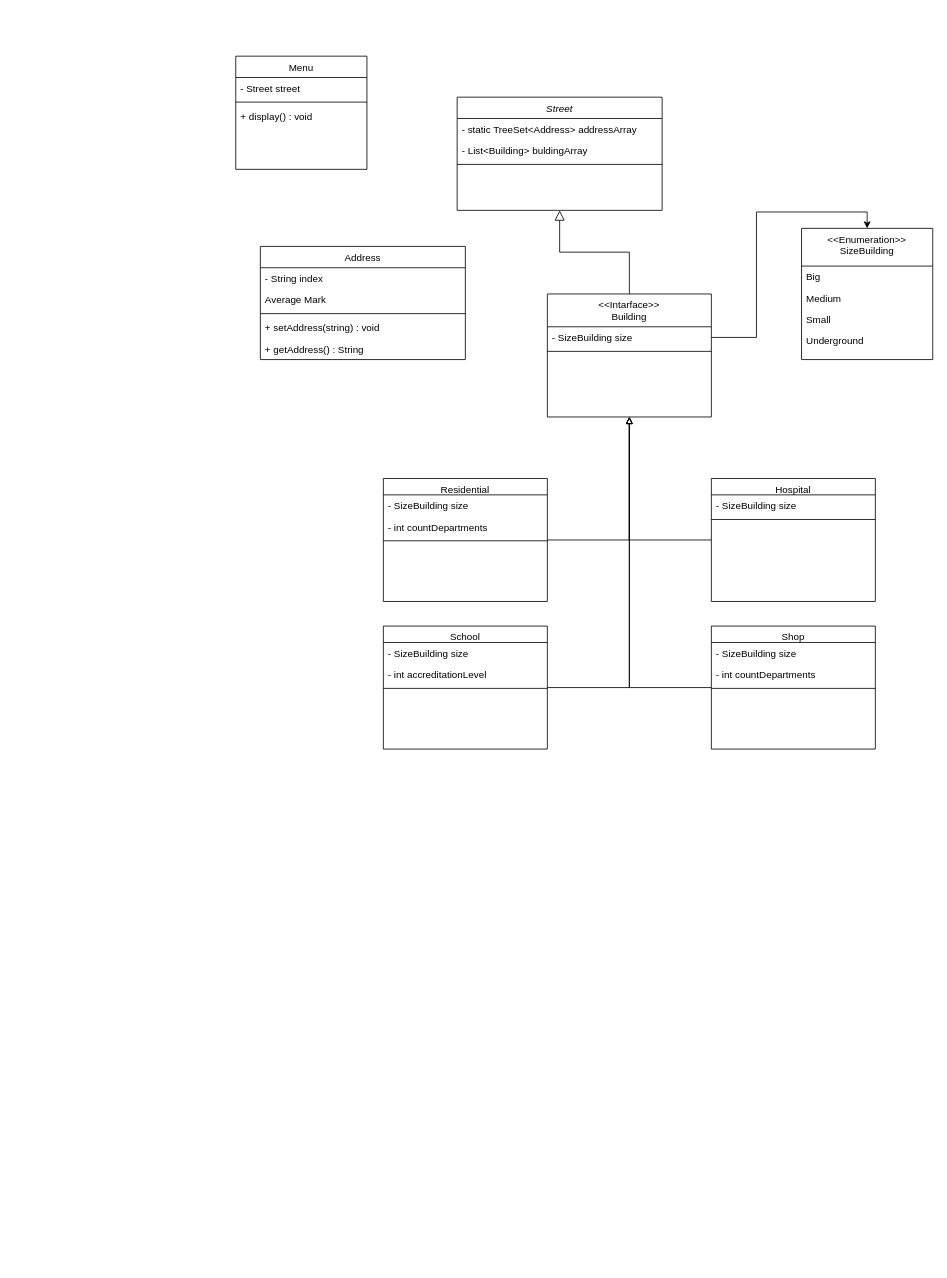
This is CityWork.drawio from CeriiZedF/CityWork, a draw.io file, before an edit. Source tidied: cells renumbered, new cells numbered last; positions are measured from the earlier drawing's top-left corner, leaving out a move shared by most shapes. Both pictures are drawn from the tidied source at 82%, with x=0, y=0 at pixel (235, 56).
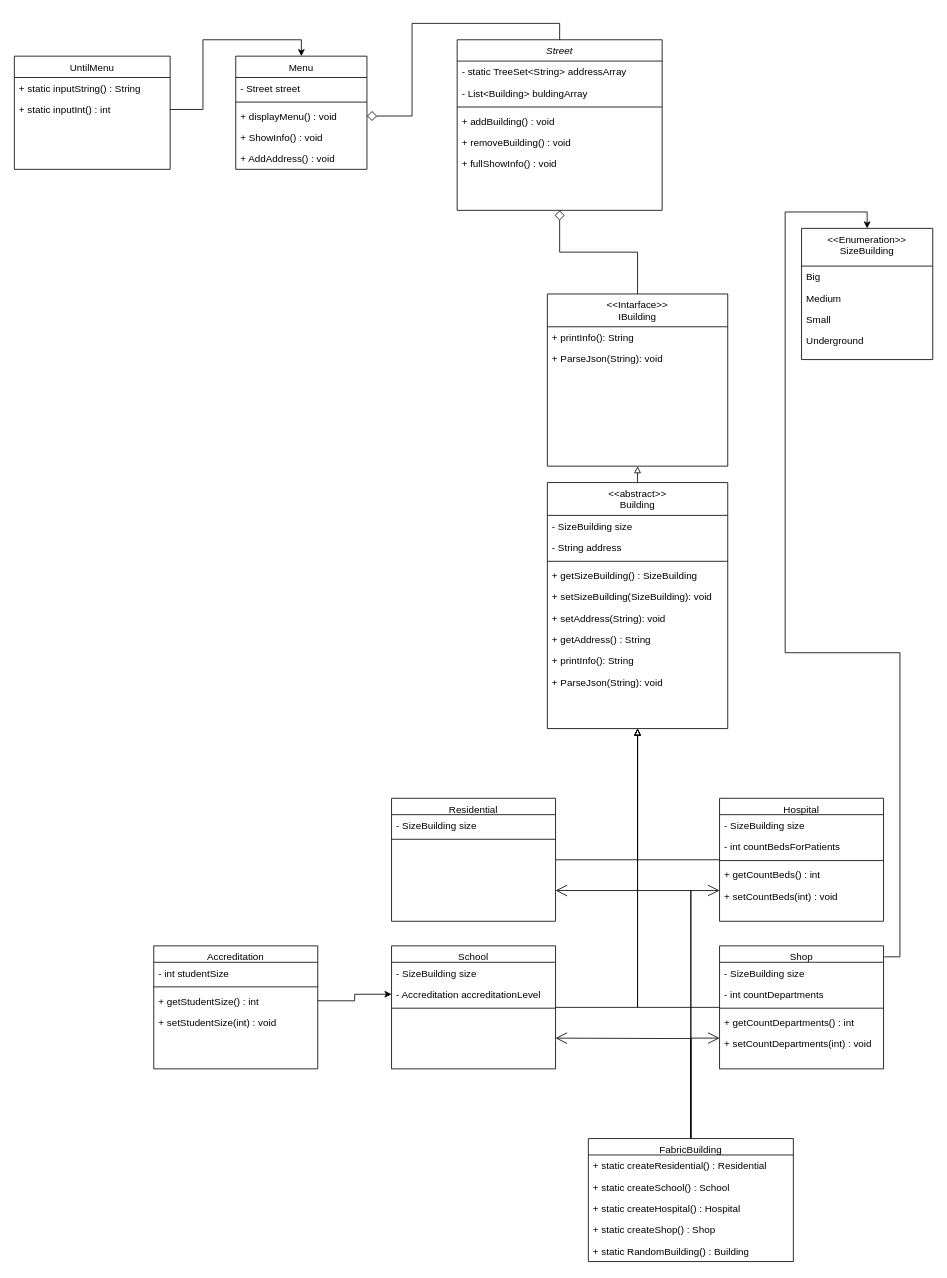
The same diagram, later.

The change refers to these unchanged cells:
```xml
<mxCell id="17" value="&lt;&lt;Enumeration&gt;&gt;&#10;SizeBuilding" style="swimlane;fontStyle=0;align=center;verticalAlign=top;horizontal=1;startSize=46;rounded=0;shadow=0;strokeWidth=1;" parent="1" vertex="1">
  <mxGeometry x="690" y="210" width="160" height="160" as="geometry" />
</mxCell>
<mxCell id="22" value="Menu" style="swimlane;fontStyle=0;align=center;verticalAlign=top;horizontal=1;startSize=26;rounded=0;shadow=0;strokeWidth=1;" parent="1" vertex="1">
  <mxGeometry width="160" height="138" as="geometry" />
</mxCell>
```

The edit, as a diff of the source:
```diff
@@
     <mxCell id="2" value="Street" style="swimlane;fontStyle=2;align=center;verticalAlign=top;horizontal=1;startSize=26;rounded=0;shadow=0;strokeWidth=1;" parent="1" vertex="1">
-      <mxGeometry x="270" y="50" width="250" height="138" as="geometry" />
+      <mxGeometry x="270" y="-20" width="250" height="208" as="geometry" />
     </mxCell>
-    <mxCell id="3" value="- static TreeSet&lt;Address&gt; addressArray " style="text;align=left;verticalAlign=top;spacingLeft=4;spacingRight=4;overflow=hidden;" parent="2" vertex="1">
+    <mxCell id="3" value="- static TreeSet&lt;String&gt; addressArray " style="text;align=left;verticalAlign=top;spacingLeft=4;spacingRight=4;overflow=hidden;" parent="2" vertex="1">
       <mxGeometry y="26" width="250" height="26" as="geometry" />
     </mxCell>
@@
-    <mxCell id="6" value="Address" style="swimlane;fontStyle=0;align=center;verticalAlign=top;horizontal=1;startSize=26;rounded=0;shadow=0;strokeWidth=1;" parent="1" vertex="1">
-      <mxGeometry x="30" y="232" width="250" height="138" as="geometry" />
-    </mxCell>
-    <mxCell id="7" value="- String index " style="text;align=left;verticalAlign=top;spacingLeft=4;spacingRight=4;overflow=hidden;" parent="6" vertex="1">
-      <mxGeometry y="26" width="250" height="26" as="geometry" />
-    </mxCell>
-    <mxCell id="8" value="Average Mark" style="text;align=left;verticalAlign=top;spacingLeft=4;spacingRight=4;overflow=hidden;rounded=0;shadow=0;html=0;" parent="6" vertex="1">
-      <mxGeometry y="52" width="250" height="26" as="geometry" />
-    </mxCell>
-    <mxCell id="9" style="line;html=1;strokeWidth=1;align=left;verticalAlign=middle;spacingTop=-1;spacingLeft=3;spacingRight=3;labelPosition=right;" parent="6" vertex="1">
-      <mxGeometry y="78" width="250" height="8" as="geometry" />
-    </mxCell>
-    <mxCell id="10" value="+ setAddress(string) : void" style="text;align=left;verticalAlign=top;spacingLeft=4;spacingRight=4;overflow=hidden;" parent="6" vertex="1">
-      <mxGeometry y="86" width="250" height="26" as="geometry" />
-    </mxCell>
-    <mxCell id="11" value="+ getAddress() : String" style="text;align=left;verticalAlign=top;spacingLeft=4;spacingRight=4;overflow=hidden;" parent="6" vertex="1">
-      <mxGeometry y="112" width="250" height="26" as="geometry" />
-    </mxCell>
+    <mxCell id="45" value="+ addBuilding() : void" style="text;align=left;verticalAlign=top;spacingLeft=4;spacingRight=4;overflow=hidden;" parent="2" vertex="1">
+      <mxGeometry y="86" width="250" height="26" as="geometry" />
+    </mxCell>
+    <mxCell id="46" value="+ removeBuilding() : void" style="text;align=left;verticalAlign=top;spacingLeft=4;spacingRight=4;overflow=hidden;" parent="2" vertex="1">
+      <mxGeometry y="112" width="250" height="26" as="geometry" />
+    </mxCell>
+    <mxCell id="47" value="+ fullShowInfo() : void" style="text;align=left;verticalAlign=top;spacingLeft=4;spacingRight=4;overflow=hidden;" parent="2" vertex="1">
+      <mxGeometry y="138" width="250" height="26" as="geometry" />
+    </mxCell>
-    <mxCell id="12" style="edgeStyle=orthogonalEdgeStyle;rounded=0;jettySize=auto;html=1;exitX=1;exitY=0.5;exitDx=0;exitDy=0;entryX=0.5;entryY=0;entryDx=0;entryDy=0;" parent="1" edge="1" source="14" target="17">
+    <mxCell id="12" style="edgeStyle=orthogonalEdgeStyle;rounded=0;jettySize=auto;html=1;entryX=0.5;entryY=0;entryDx=0;entryDy=0;exitX=1.005;exitY=0.089;exitDx=0;exitDy=0;exitPerimeter=0;" parent="1" edge="1" source="35" target="17">
       <mxGeometry relative="1" as="geometry" />
     </mxCell>
-    <mxCell id="13" value="&lt;&lt;Intarface&gt;&gt;&#10;Building" style="swimlane;fontStyle=0;align=center;verticalAlign=top;horizontal=1;startSize=40;rounded=0;shadow=0;strokeWidth=1;" parent="1" vertex="1">
-      <mxGeometry x="380" y="290" width="200" height="150" as="geometry" />
+    <mxCell id="13" value="&lt;&lt;Intarface&gt;&gt;&#10;IBuilding" style="swimlane;fontStyle=0;align=center;verticalAlign=top;horizontal=1;startSize=40;rounded=0;shadow=0;strokeWidth=1;" parent="1" vertex="1">
+      <mxGeometry x="380" y="290" width="220" height="210" as="geometry" />
     </mxCell>
-    <mxCell id="14" value="- SizeBuilding size" style="text;align=left;verticalAlign=top;spacingLeft=4;spacingRight=4;overflow=hidden;points=[[0,0.5],[1,0.5]];portConstraint=eastwest;" parent="13" vertex="1">
-      <mxGeometry y="40" width="200" height="26" as="geometry" />
-    </mxCell>
-    <mxCell id="15" style="line;html=1;strokeWidth=1;align=left;verticalAlign=middle;spacingTop=-1;spacingLeft=3;spacingRight=3;labelPosition=right;" parent="13" vertex="1">
-      <mxGeometry y="66" width="200" height="8" as="geometry" />
-    </mxCell>
+    <mxCell id="48" value="+ printInfo(): String" style="text;align=left;verticalAlign=top;spacingLeft=4;spacingRight=4;overflow=hidden;" parent="13" vertex="1">
+      <mxGeometry y="40" width="220" height="26" as="geometry" />
+    </mxCell>
+    <mxCell id="49" value="+ ParseJson(String): void" style="text;align=left;verticalAlign=top;spacingLeft=4;spacingRight=4;overflow=hidden;" parent="13" vertex="1">
+      <mxGeometry y="66" width="220" height="26" as="geometry" />
+    </mxCell>
-    <mxCell id="16" style="endArrow=block;endSize=10;endFill=0;shadow=0;strokeWidth=1;rounded=0;curved=0;edgeStyle=elbowEdgeStyle;elbow=vertical;" parent="1" edge="1" source="13" target="2">
+    <mxCell id="16" style="endArrow=diamond;endSize=10;endFill=0;shadow=0;strokeWidth=1;rounded=0;curved=0;edgeStyle=elbowEdgeStyle;elbow=vertical;" parent="1" edge="1" source="13" target="2">
       <mxGeometry relative="1" as="geometry" />
     </mxCell>
@@
-    <mxCell id="25" value="+ display() : void" style="text;align=left;verticalAlign=top;spacingLeft=4;spacingRight=4;overflow=hidden;points=[[0,0.5],[1,0.5]];portConstraint=eastwest;" parent="22" vertex="1">
+    <mxCell id="25" value="+ displayMenu() : void" style="text;align=left;verticalAlign=top;spacingLeft=4;spacingRight=4;overflow=hidden;points=[[0,0.5],[1,0.5]];portConstraint=eastwest;" parent="22" vertex="1">
       <mxGeometry y="60" width="160" height="26" as="geometry" />
     </mxCell>
+    <mxCell id="50" value="+ ShowInfo() : void" style="text;align=left;verticalAlign=top;spacingLeft=4;spacingRight=4;overflow=hidden;" parent="22" vertex="1">
+      <mxGeometry y="86" width="160" height="26" as="geometry" />
+    </mxCell>
+    <mxCell id="51" value="+ AddAddress() : void" style="text;align=left;verticalAlign=top;spacingLeft=4;spacingRight=4;overflow=hidden;" parent="22" vertex="1">
+      <mxGeometry y="112" width="160" height="26" as="geometry" />
+    </mxCell>
-    <mxCell id="26" style="edgeStyle=orthogonalEdgeStyle;rounded=0;jettySize=auto;html=1;entryX=0.5;entryY=1;entryDx=0;entryDy=0;endArrow=block;endFill=0;exitX=1;exitY=0.5;exitDx=0;exitDy=0;" parent="1" edge="1" source="27" target="13">
+    <mxCell id="26" style="edgeStyle=orthogonalEdgeStyle;rounded=0;jettySize=auto;html=1;entryX=0.5;entryY=1;entryDx=0;entryDy=0;endArrow=block;endFill=0;exitX=1;exitY=0.5;exitDx=0;exitDy=0;" parent="1" edge="1" source="27" target="79">
       <mxGeometry relative="1" as="geometry" />
     </mxCell>
     <mxCell id="27" value="Residential" style="swimlane;fontStyle=0;align=center;verticalAlign=top;horizontal=1;startSize=20;rounded=0;shadow=0;strokeWidth=1;" parent="1" vertex="1">
-      <mxGeometry x="180" y="515" width="200" height="150" as="geometry" />
+      <mxGeometry x="190" y="905" width="200" height="150" as="geometry" />
     </mxCell>
@@
-    <mxCell id="29" value="- int countDepartments" style="text;align=left;verticalAlign=top;spacingLeft=4;spacingRight=4;overflow=hidden;html=1;" parent="27" vertex="1">
-      <mxGeometry y="46" width="200" height="26" as="geometry" />
-    </mxCell>
     <mxCell id="30" style="line;html=1;strokeWidth=1;align=left;verticalAlign=middle;spacingTop=-1;spacingLeft=3;spacingRight=3;labelPosition=right;" parent="27" vertex="1">
-      <mxGeometry y="72" width="200" height="8" as="geometry" />
+      <mxGeometry y="46" width="200" height="8" as="geometry" />
     </mxCell>
     <mxCell id="31" value="Hospital" style="swimlane;fontStyle=0;align=center;verticalAlign=top;horizontal=1;startSize=20;rounded=0;shadow=0;strokeWidth=1;" parent="1" vertex="1">
-      <mxGeometry x="580" y="515" width="200" height="150" as="geometry" />
+      <mxGeometry x="590" y="905" width="200" height="150" as="geometry" />
     </mxCell>
@@
+    <mxCell id="52" value="- int countBedsForPatients" style="text;align=left;verticalAlign=top;spacingLeft=4;spacingRight=4;overflow=hidden;" parent="31" vertex="1">
+      <mxGeometry y="46" width="200" height="26" as="geometry" />
+    </mxCell>
     <mxCell id="33" style="line;html=1;strokeWidth=1;align=left;verticalAlign=middle;spacingTop=-1;spacingLeft=3;spacingRight=3;labelPosition=right;" parent="31" vertex="1">
-      <mxGeometry y="46" width="200" height="8" as="geometry" />
+      <mxGeometry y="72" width="200" height="8" as="geometry" />
     </mxCell>
+    <mxCell id="53" value="+ getCountBeds() : int" style="text;align=left;verticalAlign=top;spacingLeft=4;spacingRight=4;overflow=hidden;" parent="31" vertex="1">
+      <mxGeometry y="80" width="200" height="26" as="geometry" />
+    </mxCell>
+    <mxCell id="54" value="+ setCountBeds(int) : void" style="text;align=left;verticalAlign=top;spacingLeft=4;spacingRight=4;overflow=hidden;" parent="31" vertex="1">
+      <mxGeometry y="106" width="200" height="26" as="geometry" />
+    </mxCell>
-    <mxCell id="34" style="edgeStyle=orthogonalEdgeStyle;rounded=0;jettySize=auto;html=1;endArrow=block;endFill=0;exitX=0;exitY=0.5;exitDx=0;exitDy=0;entryX=0.5;entryY=1;entryDx=0;entryDy=0;" parent="1" edge="1" source="31" target="13">
+    <mxCell id="34" style="edgeStyle=orthogonalEdgeStyle;rounded=0;jettySize=auto;html=1;endArrow=block;endFill=0;exitX=0;exitY=0.5;exitDx=0;exitDy=0;entryX=0.5;entryY=1;entryDx=0;entryDy=0;" parent="1" edge="1" source="31" target="79">
       <mxGeometry relative="1" as="geometry" />
     </mxCell>
     <mxCell id="35" value="Shop" style="swimlane;fontStyle=0;align=center;verticalAlign=top;horizontal=1;startSize=20;rounded=0;shadow=0;strokeWidth=1;" parent="1" vertex="1">
-      <mxGeometry x="580" y="695" width="200" height="150" as="geometry" />
+      <mxGeometry x="590" y="1085" width="200" height="150" as="geometry" />
     </mxCell>
@@
+    <mxCell id="55" value="+ getCountDepartments() : int" style="text;align=left;verticalAlign=top;spacingLeft=4;spacingRight=4;overflow=hidden;" parent="35" vertex="1">
+      <mxGeometry y="80" width="200" height="26" as="geometry" />
+    </mxCell>
+    <mxCell id="56" value="+ setCountDepartments(int) : void" style="text;align=left;verticalAlign=top;spacingLeft=4;spacingRight=4;overflow=hidden;" parent="35" vertex="1">
+      <mxGeometry y="106" width="200" height="26" as="geometry" />
+    </mxCell>
     <mxCell id="39" value="School" style="swimlane;fontStyle=0;align=center;verticalAlign=top;horizontal=1;startSize=20;rounded=0;shadow=0;strokeWidth=1;" parent="1" vertex="1">
-      <mxGeometry x="180" y="695" width="200" height="150" as="geometry" />
+      <mxGeometry x="190" y="1085" width="200" height="150" as="geometry" />
     </mxCell>
@@
-    <mxCell id="41" value="- int accreditationLevel" style="text;align=left;verticalAlign=top;spacingLeft=4;spacingRight=4;overflow=hidden;points=[[0,0.5],[1,0.5]];portConstraint=eastwest;html=1;" parent="39" vertex="1">
+    <mxCell id="41" value="- Accreditation accreditationLevel" style="text;align=left;verticalAlign=top;spacingLeft=4;spacingRight=4;overflow=hidden;points=[[0,0.5],[1,0.5]];portConstraint=eastwest;html=1;" parent="39" vertex="1">
       <mxGeometry y="46" width="200" height="26" as="geometry" />
     </mxCell>
@@
-    <mxCell id="43" style="edgeStyle=orthogonalEdgeStyle;rounded=0;jettySize=auto;html=1;endArrow=block;endFill=0;exitX=0;exitY=0.5;exitDx=0;exitDy=0;entryX=0.5;entryY=1;entryDx=0;entryDy=0;" parent="1" edge="1" source="35" target="13">
+    <mxCell id="43" style="edgeStyle=orthogonalEdgeStyle;rounded=0;jettySize=auto;html=1;endArrow=block;endFill=0;exitX=0;exitY=0.5;exitDx=0;exitDy=0;entryX=0.5;entryY=1;entryDx=0;entryDy=0;" parent="1" edge="1" source="35" target="79">
       <mxGeometry relative="1" as="geometry" />
     </mxCell>
-    <mxCell id="44" style="edgeStyle=orthogonalEdgeStyle;rounded=0;jettySize=auto;html=1;endArrow=block;endFill=0;exitX=1;exitY=0.5;exitDx=0;exitDy=0;entryX=0.5;entryY=1;entryDx=0;entryDy=0;" parent="1" edge="1" source="39" target="13">
+    <mxCell id="44" style="edgeStyle=orthogonalEdgeStyle;rounded=0;jettySize=auto;html=1;endArrow=block;endFill=0;exitX=1;exitY=0.5;exitDx=0;exitDy=0;entryX=0.5;entryY=1;entryDx=0;entryDy=0;" parent="1" edge="1" source="39" target="79">
       <mxGeometry relative="1" as="geometry" />
     </mxCell>
+    <mxCell id="57" value="Accreditation" style="swimlane;fontStyle=0;align=center;verticalAlign=top;horizontal=1;startSize=20;rounded=0;shadow=0;strokeWidth=1;" parent="1" vertex="1">
+      <mxGeometry x="-100" y="1085" width="200" height="150" as="geometry" />
+    </mxCell>
+    <mxCell id="58" value="- int studentSize" style="text;align=left;verticalAlign=top;spacingLeft=4;spacingRight=4;overflow=hidden;" parent="57" vertex="1">
+      <mxGeometry y="20" width="200" height="26" as="geometry" />
+    </mxCell>
+    <mxCell id="59" style="line;html=1;strokeWidth=1;align=left;verticalAlign=middle;spacingTop=-1;spacingLeft=3;spacingRight=3;labelPosition=right;" parent="57" vertex="1">
+      <mxGeometry y="46" width="200" height="8" as="geometry" />
+    </mxCell>
+    <mxCell id="60" value="+ getStudentSize() : int" style="text;align=left;verticalAlign=top;spacingLeft=4;spacingRight=4;overflow=hidden;points=[[0,0.5],[1,0.5]];portConstraint=eastwest;" parent="57" vertex="1">
+      <mxGeometry y="54" width="200" height="26" as="geometry" />
+    </mxCell>
+    <mxCell id="61" value="+ setStudentSize(int) : void" style="text;align=left;verticalAlign=top;spacingLeft=4;spacingRight=4;overflow=hidden;" parent="57" vertex="1">
+      <mxGeometry y="80" width="200" height="26" as="geometry" />
+    </mxCell>
+    <mxCell id="62" style="edgeStyle=orthogonalEdgeStyle;rounded=0;jettySize=auto;html=1;entryX=0;entryY=0.5;entryDx=0;entryDy=0;" parent="1" edge="1" source="60" target="41">
+      <mxGeometry relative="1" as="geometry" />
+    </mxCell>
+    <mxCell id="63" style="edgeStyle=orthogonalEdgeStyle;rounded=0;jettySize=auto;html=1;entryX=1;entryY=0.75;entryDx=0;entryDy=0;endArrow=open;endFill=0;strokeWidth=1;endSize=12;exitX=0.5;exitY=0;exitDx=0;exitDy=0;" parent="1" edge="1" source="64" target="39">
+      <mxGeometry relative="1" as="geometry">
+        <Array as="points">
+          <mxPoint x="530" y="1198" />
+          <mxPoint x="410" y="1198" />
+        </Array>
+      </mxGeometry>
+    </mxCell>
+    <mxCell id="64" value="FabricBuilding" style="swimlane;fontStyle=0;align=center;verticalAlign=top;horizontal=1;startSize=20;rounded=0;shadow=0;strokeWidth=1;" parent="1" vertex="1">
+      <mxGeometry x="430" y="1320" width="250" height="150" as="geometry" />
+    </mxCell>
+    <mxCell id="65" value="+ static createResidential() : Residential" style="text;align=left;verticalAlign=top;spacingLeft=4;spacingRight=4;overflow=hidden;" parent="64" vertex="1">
+      <mxGeometry y="20" width="250" height="26" as="geometry" />
+    </mxCell>
+    <mxCell id="66" value="+ static createSchool() : School" style="text;align=left;verticalAlign=top;spacingLeft=4;spacingRight=4;overflow=hidden;html=1;" parent="64" vertex="1">
+      <mxGeometry y="46" width="250" height="26" as="geometry" />
+    </mxCell>
+    <mxCell id="67" value="+ static createHospital() : Hospital" style="text;align=left;verticalAlign=top;spacingLeft=4;spacingRight=4;overflow=hidden;html=1;" parent="64" vertex="1">
+      <mxGeometry y="72" width="250" height="26" as="geometry" />
+    </mxCell>
+    <mxCell id="68" value="+ static createShop() : Shop" style="text;align=left;verticalAlign=top;spacingLeft=4;spacingRight=4;overflow=hidden;html=1;" parent="64" vertex="1">
+      <mxGeometry y="98" width="250" height="26" as="geometry" />
+    </mxCell>
+    <mxCell id="69" value="+ static RandomBuilding() : Building" style="text;align=left;verticalAlign=top;spacingLeft=4;spacingRight=4;overflow=hidden;html=1;" parent="64" vertex="1">
+      <mxGeometry y="124" width="250" height="26" as="geometry" />
+    </mxCell>
+    <mxCell id="70" style="edgeStyle=orthogonalEdgeStyle;rounded=0;jettySize=auto;html=1;entryX=0;entryY=0.75;entryDx=0;entryDy=0;endArrow=open;endFill=0;strokeWidth=1;endSize=12;exitX=0.5;exitY=0;exitDx=0;exitDy=0;" parent="1" edge="1" source="64" target="35">
+      <mxGeometry relative="1" as="geometry" />
+    </mxCell>
+    <mxCell id="71" style="edgeStyle=orthogonalEdgeStyle;rounded=0;jettySize=auto;html=1;entryX=0;entryY=0.75;entryDx=0;entryDy=0;endArrow=open;endFill=0;strokeWidth=1;endSize=12;exitX=0.5;exitY=0;exitDx=0;exitDy=0;" parent="1" edge="1" source="64" target="31">
+      <mxGeometry relative="1" as="geometry" />
+    </mxCell>
+    <mxCell id="72" style="edgeStyle=orthogonalEdgeStyle;rounded=0;jettySize=auto;html=1;entryX=1;entryY=0.75;entryDx=0;entryDy=0;endArrow=open;endFill=0;strokeWidth=1;endSize=12;exitX=0.5;exitY=0;exitDx=0;exitDy=0;" parent="1" edge="1" source="64" target="27">
+      <mxGeometry relative="1" as="geometry" />
+    </mxCell>
+    <mxCell id="73" style="edgeStyle=orthogonalEdgeStyle;rounded=0;jettySize=auto;html=1;entryX=1;entryY=0.5;entryDx=0;entryDy=0;endArrow=diamond;endFill=0;endSize=10;exitX=0.5;exitY=0;exitDx=0;exitDy=0;" parent="1" edge="1" source="2" target="25">
+      <mxGeometry relative="1" as="geometry" />
+    </mxCell>
+    <mxCell id="74" value="UntilMenu" style="swimlane;fontStyle=0;align=center;verticalAlign=top;horizontal=1;startSize=26;rounded=0;shadow=0;strokeWidth=1;" parent="1" vertex="1">
+      <mxGeometry x="-270" width="190" height="138" as="geometry" />
+    </mxCell>
+    <mxCell id="75" value="+ static inputString() : String" style="text;align=left;verticalAlign=top;spacingLeft=4;spacingRight=4;overflow=hidden;" parent="74" vertex="1">
+      <mxGeometry y="26" width="190" height="26" as="geometry" />
+    </mxCell>
+    <mxCell id="76" value="+ static inputInt() : int" style="text;align=left;verticalAlign=top;spacingLeft=4;spacingRight=4;overflow=hidden;points=[[0,0.5],[1,0.5]];portConstraint=eastwest;" parent="74" vertex="1">
+      <mxGeometry y="52" width="190" height="26" as="geometry" />
+    </mxCell>
+    <mxCell id="77" style="edgeStyle=orthogonalEdgeStyle;rounded=0;jettySize=auto;html=1;entryX=0.5;entryY=0;entryDx=0;entryDy=0;" parent="1" edge="1" source="76" target="22">
+      <mxGeometry relative="1" as="geometry" />
+    </mxCell>
+    <mxCell id="78" style="edgeStyle=orthogonalEdgeStyle;rounded=0;jettySize=auto;html=1;exitX=0.5;exitY=0;exitDx=0;exitDy=0;entryX=0.5;entryY=1;entryDx=0;entryDy=0;endArrow=block;endFill=0;" parent="1" edge="1" source="79" target="13">
+      <mxGeometry relative="1" as="geometry" />
+    </mxCell>
+    <mxCell id="79" value="&lt;&lt;abstract&gt;&gt;&#10;Building" style="swimlane;fontStyle=0;align=center;verticalAlign=top;horizontal=1;startSize=40;rounded=0;shadow=0;strokeWidth=1;" parent="1" vertex="1">
+      <mxGeometry x="380" y="520" width="220" height="300" as="geometry" />
+    </mxCell>
+    <mxCell id="14" value="- SizeBuilding size" style="text;align=left;verticalAlign=top;spacingLeft=4;spacingRight=4;overflow=hidden;points=[[0,0.5],[1,0.5]];portConstraint=eastwest;" parent="79" vertex="1">
+      <mxGeometry y="40" width="220" height="26" as="geometry" />
+    </mxCell>
+    <mxCell id="80" value="- String address" style="text;align=left;verticalAlign=top;spacingLeft=4;spacingRight=4;overflow=hidden;" parent="79" vertex="1">
+      <mxGeometry y="66" width="220" height="26" as="geometry" />
+    </mxCell>
+    <mxCell id="81" style="line;html=1;strokeWidth=1;align=left;verticalAlign=middle;spacingTop=-1;spacingLeft=3;spacingRight=3;labelPosition=right;" parent="79" vertex="1">
+      <mxGeometry y="92" width="220" height="8" as="geometry" />
+    </mxCell>
+    <mxCell id="82" value="+ getSizeBuilding() : SizeBuilding" style="text;align=left;verticalAlign=top;spacingLeft=4;spacingRight=4;overflow=hidden;" parent="79" vertex="1">
+      <mxGeometry y="100" width="220" height="26" as="geometry" />
+    </mxCell>
+    <mxCell id="83" value="+ setSizeBuilding(SizeBuilding): void " style="text;align=left;verticalAlign=top;spacingLeft=4;spacingRight=4;overflow=hidden;" parent="79" vertex="1">
+      <mxGeometry y="126" width="220" height="26" as="geometry" />
+    </mxCell>
+    <mxCell id="84" value="+ setAddress(String): void " style="text;align=left;verticalAlign=top;spacingLeft=4;spacingRight=4;overflow=hidden;" parent="79" vertex="1">
+      <mxGeometry y="152" width="220" height="26" as="geometry" />
+    </mxCell>
+    <mxCell id="11" value="+ getAddress() : String" style="text;align=left;verticalAlign=top;spacingLeft=4;spacingRight=4;overflow=hidden;" parent="79" vertex="1">
+      <mxGeometry y="178" width="220" height="26" as="geometry" />
+    </mxCell>
+    <mxCell id="85" value="+ printInfo(): String" style="text;align=left;verticalAlign=top;spacingLeft=4;spacingRight=4;overflow=hidden;" parent="79" vertex="1">
+      <mxGeometry y="204" width="220" height="26" as="geometry" />
+    </mxCell>
+    <mxCell id="86" value="+ ParseJson(String): void" style="text;align=left;verticalAlign=top;spacingLeft=4;spacingRight=4;overflow=hidden;" parent="79" vertex="1">
+      <mxGeometry y="230" width="220" height="26" as="geometry" />
+    </mxCell>
```
